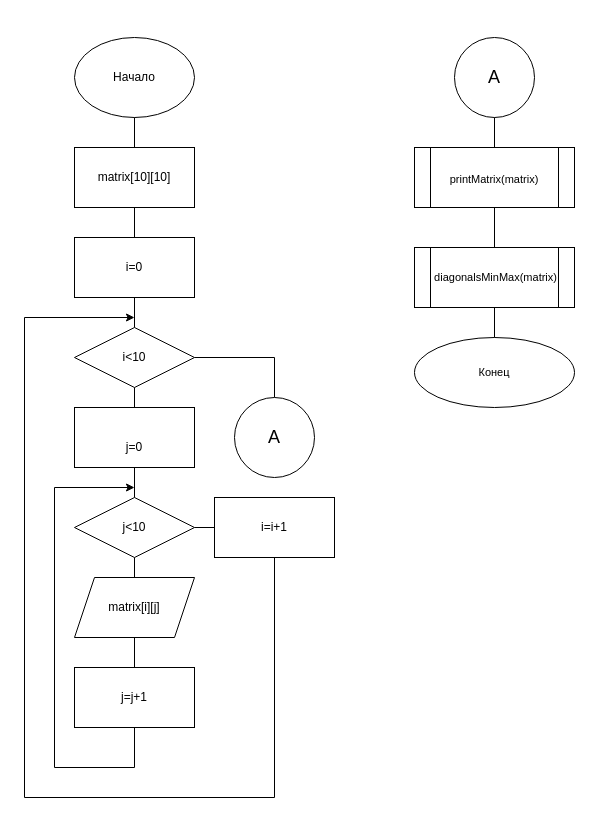
The draw.io diagram page "Page-1" (1 of 3) of Untitled Diagram.drawio in Maquim4/repository_for_challenge, before the edit. Source tidied: cells renumbered, new cells numbered last; positions are measured from the earlier drawing's top-left corner, leaving out a move shared by most shapes. Both pictures are drawn from the tidied source at 100%, with x=0, y=0 at pixel (24, 37).
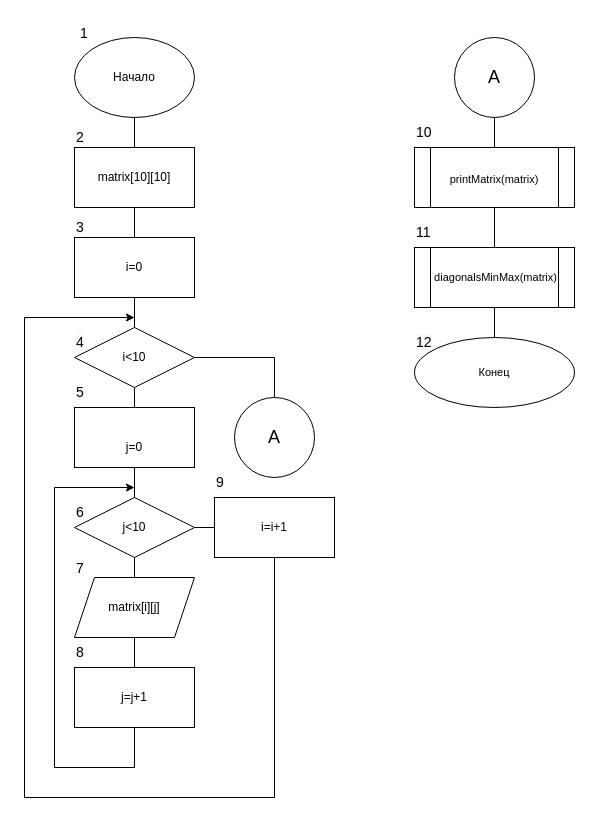
Above is the later version.

Diff of the diagram source:
```diff
@@
+    <mxCell id="33" value="&lt;span style=&quot;font-size: 14px;&quot;&gt;1&lt;/span&gt;" style="text;html=1;strokeColor=none;fillColor=none;align=center;verticalAlign=middle;whiteSpace=wrap;rounded=0;fontSize=18;" parent="1" vertex="1">
+      <mxGeometry x="30" y="-20" width="60" height="30" as="geometry" />
+    </mxCell>
+    <mxCell id="34" value="&lt;span style=&quot;color: rgb(0, 0, 0); font-family: Helvetica; font-size: 14px; font-style: normal; font-variant-ligatures: normal; font-variant-caps: normal; font-weight: 400; letter-spacing: normal; orphans: 2; text-align: center; text-indent: 0px; text-transform: none; widows: 2; word-spacing: 0px; -webkit-text-stroke-width: 0px; background-color: rgb(248, 249, 250); text-decoration-thickness: initial; text-decoration-style: initial; text-decoration-color: initial; float: none; display: inline !important;&quot;&gt;2&lt;/span&gt;" style="text;whiteSpace=wrap;html=1;fontSize=14;" parent="1" vertex="1">
+      <mxGeometry x="50" y="85" width="40" height="40" as="geometry" />
+    </mxCell>
+    <mxCell id="35" value="&lt;span style=&quot;color: rgb(0, 0, 0); font-family: Helvetica; font-size: 14px; font-style: normal; font-variant-ligatures: normal; font-variant-caps: normal; font-weight: 400; letter-spacing: normal; orphans: 2; text-align: center; text-indent: 0px; text-transform: none; widows: 2; word-spacing: 0px; -webkit-text-stroke-width: 0px; background-color: rgb(248, 249, 250); text-decoration-thickness: initial; text-decoration-style: initial; text-decoration-color: initial; float: none; display: inline !important;&quot;&gt;3&lt;/span&gt;" style="text;whiteSpace=wrap;html=1;fontSize=14;" parent="1" vertex="1">
+      <mxGeometry x="50" y="175" width="40" height="40" as="geometry" />
+    </mxCell>
+    <mxCell id="36" value="&lt;span style=&quot;color: rgb(0, 0, 0); font-family: Helvetica; font-size: 14px; font-style: normal; font-variant-ligatures: normal; font-variant-caps: normal; font-weight: 400; letter-spacing: normal; orphans: 2; text-align: center; text-indent: 0px; text-transform: none; widows: 2; word-spacing: 0px; -webkit-text-stroke-width: 0px; background-color: rgb(248, 249, 250); text-decoration-thickness: initial; text-decoration-style: initial; text-decoration-color: initial; float: none; display: inline !important;&quot;&gt;4&lt;/span&gt;" style="text;whiteSpace=wrap;html=1;fontSize=14;" parent="1" vertex="1">
+      <mxGeometry x="50" y="290" width="40" height="40" as="geometry" />
+    </mxCell>
+    <mxCell id="37" value="&lt;span style=&quot;color: rgb(0, 0, 0); font-family: Helvetica; font-size: 14px; font-style: normal; font-variant-ligatures: normal; font-variant-caps: normal; font-weight: 400; letter-spacing: normal; orphans: 2; text-align: center; text-indent: 0px; text-transform: none; widows: 2; word-spacing: 0px; -webkit-text-stroke-width: 0px; background-color: rgb(248, 249, 250); text-decoration-thickness: initial; text-decoration-style: initial; text-decoration-color: initial; float: none; display: inline !important;&quot;&gt;5&lt;/span&gt;" style="text;whiteSpace=wrap;html=1;fontSize=14;" parent="1" vertex="1">
+      <mxGeometry x="50" y="340" width="40" height="40" as="geometry" />
+    </mxCell>
+    <mxCell id="38" value="&lt;span style=&quot;color: rgb(0, 0, 0); font-family: Helvetica; font-size: 14px; font-style: normal; font-variant-ligatures: normal; font-variant-caps: normal; font-weight: 400; letter-spacing: normal; orphans: 2; text-align: center; text-indent: 0px; text-transform: none; widows: 2; word-spacing: 0px; -webkit-text-stroke-width: 0px; background-color: rgb(248, 249, 250); text-decoration-thickness: initial; text-decoration-style: initial; text-decoration-color: initial; float: none; display: inline !important;&quot;&gt;6&lt;/span&gt;" style="text;whiteSpace=wrap;html=1;fontSize=14;" parent="1" vertex="1">
+      <mxGeometry x="50" y="460" width="40" height="40" as="geometry" />
+    </mxCell>
+    <mxCell id="39" value="&lt;span style=&quot;color: rgb(0, 0, 0); font-family: Helvetica; font-size: 14px; font-style: normal; font-variant-ligatures: normal; font-variant-caps: normal; font-weight: 400; letter-spacing: normal; orphans: 2; text-align: center; text-indent: 0px; text-transform: none; widows: 2; word-spacing: 0px; -webkit-text-stroke-width: 0px; background-color: rgb(248, 249, 250); text-decoration-thickness: initial; text-decoration-style: initial; text-decoration-color: initial; float: none; display: inline !important;&quot;&gt;7&lt;/span&gt;" style="text;whiteSpace=wrap;html=1;fontSize=14;" parent="1" vertex="1">
+      <mxGeometry x="50" y="516" width="40" height="40" as="geometry" />
+    </mxCell>
+    <mxCell id="40" value="&lt;span style=&quot;color: rgb(0, 0, 0); font-family: Helvetica; font-size: 14px; font-style: normal; font-variant-ligatures: normal; font-variant-caps: normal; font-weight: 400; letter-spacing: normal; orphans: 2; text-align: center; text-indent: 0px; text-transform: none; widows: 2; word-spacing: 0px; -webkit-text-stroke-width: 0px; background-color: rgb(248, 249, 250); text-decoration-thickness: initial; text-decoration-style: initial; text-decoration-color: initial; float: none; display: inline !important;&quot;&gt;8&lt;/span&gt;" style="text;whiteSpace=wrap;html=1;fontSize=14;" parent="1" vertex="1">
+      <mxGeometry x="50" y="600" width="40" height="40" as="geometry" />
+    </mxCell>
+    <mxCell id="41" value="&lt;span style=&quot;color: rgb(0, 0, 0); font-family: Helvetica; font-size: 14px; font-style: normal; font-variant-ligatures: normal; font-variant-caps: normal; font-weight: 400; letter-spacing: normal; orphans: 2; text-align: center; text-indent: 0px; text-transform: none; widows: 2; word-spacing: 0px; -webkit-text-stroke-width: 0px; background-color: rgb(248, 249, 250); text-decoration-thickness: initial; text-decoration-style: initial; text-decoration-color: initial; float: none; display: inline !important;&quot;&gt;9&lt;/span&gt;" style="text;whiteSpace=wrap;html=1;fontSize=14;" parent="1" vertex="1">
+      <mxGeometry x="190" y="430" width="40" height="40" as="geometry" />
+    </mxCell>
+    <mxCell id="42" value="&lt;span style=&quot;color: rgb(0, 0, 0); font-family: Helvetica; font-size: 14px; font-style: normal; font-variant-ligatures: normal; font-variant-caps: normal; font-weight: 400; letter-spacing: normal; orphans: 2; text-align: center; text-indent: 0px; text-transform: none; widows: 2; word-spacing: 0px; -webkit-text-stroke-width: 0px; background-color: rgb(248, 249, 250); text-decoration-thickness: initial; text-decoration-style: initial; text-decoration-color: initial; float: none; display: inline !important;&quot;&gt;10&lt;/span&gt;" style="text;whiteSpace=wrap;html=1;fontSize=14;" parent="1" vertex="1">
+      <mxGeometry x="390" y="80" width="40" height="40" as="geometry" />
+    </mxCell>
+    <mxCell id="43" value="&lt;span style=&quot;color: rgb(0, 0, 0); font-family: Helvetica; font-size: 14px; font-style: normal; font-variant-ligatures: normal; font-variant-caps: normal; font-weight: 400; letter-spacing: normal; orphans: 2; text-align: center; text-indent: 0px; text-transform: none; widows: 2; word-spacing: 0px; -webkit-text-stroke-width: 0px; background-color: rgb(248, 249, 250); text-decoration-thickness: initial; text-decoration-style: initial; text-decoration-color: initial; float: none; display: inline !important;&quot;&gt;11&lt;/span&gt;" style="text;whiteSpace=wrap;html=1;fontSize=14;" parent="1" vertex="1">
+      <mxGeometry x="390" y="180" width="40" height="40" as="geometry" />
+    </mxCell>
+    <mxCell id="44" value="&lt;span style=&quot;color: rgb(0, 0, 0); font-family: Helvetica; font-size: 14px; font-style: normal; font-variant-ligatures: normal; font-variant-caps: normal; font-weight: 400; letter-spacing: normal; orphans: 2; text-align: center; text-indent: 0px; text-transform: none; widows: 2; word-spacing: 0px; -webkit-text-stroke-width: 0px; background-color: rgb(248, 249, 250); text-decoration-thickness: initial; text-decoration-style: initial; text-decoration-color: initial; float: none; display: inline !important;&quot;&gt;12&lt;/span&gt;" style="text;whiteSpace=wrap;html=1;fontSize=14;" parent="1" vertex="1">
+      <mxGeometry x="390" y="290" width="40" height="40" as="geometry" />
+    </mxCell>
```
